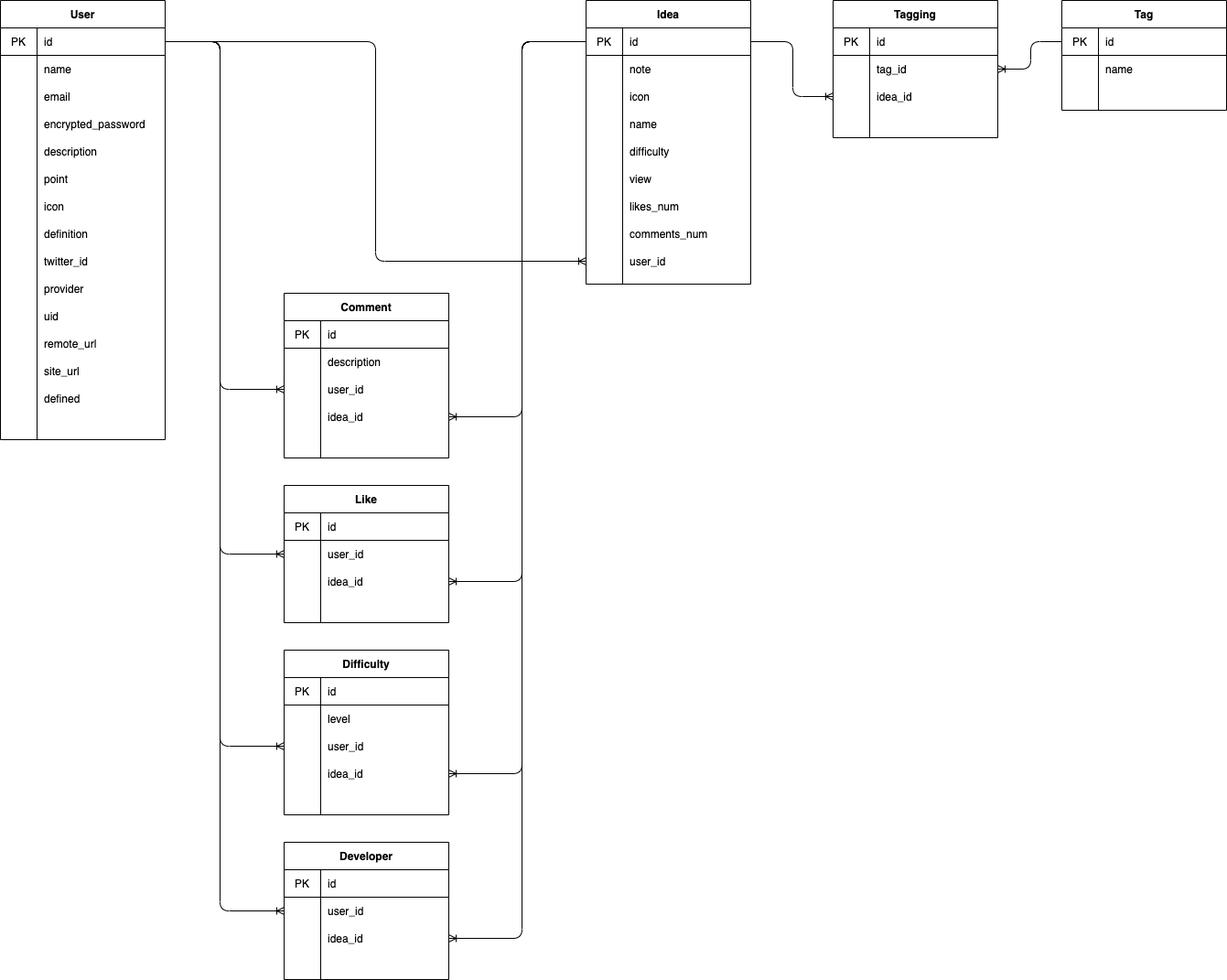
Earlier version of the draw.io export er.drawio.png (OpenMi-co-jp/ideee). Source tidied: cells renumbered, new cells last; positions are measured from the earlier drawing's top-left corner, leaving out a move shared by most shapes.
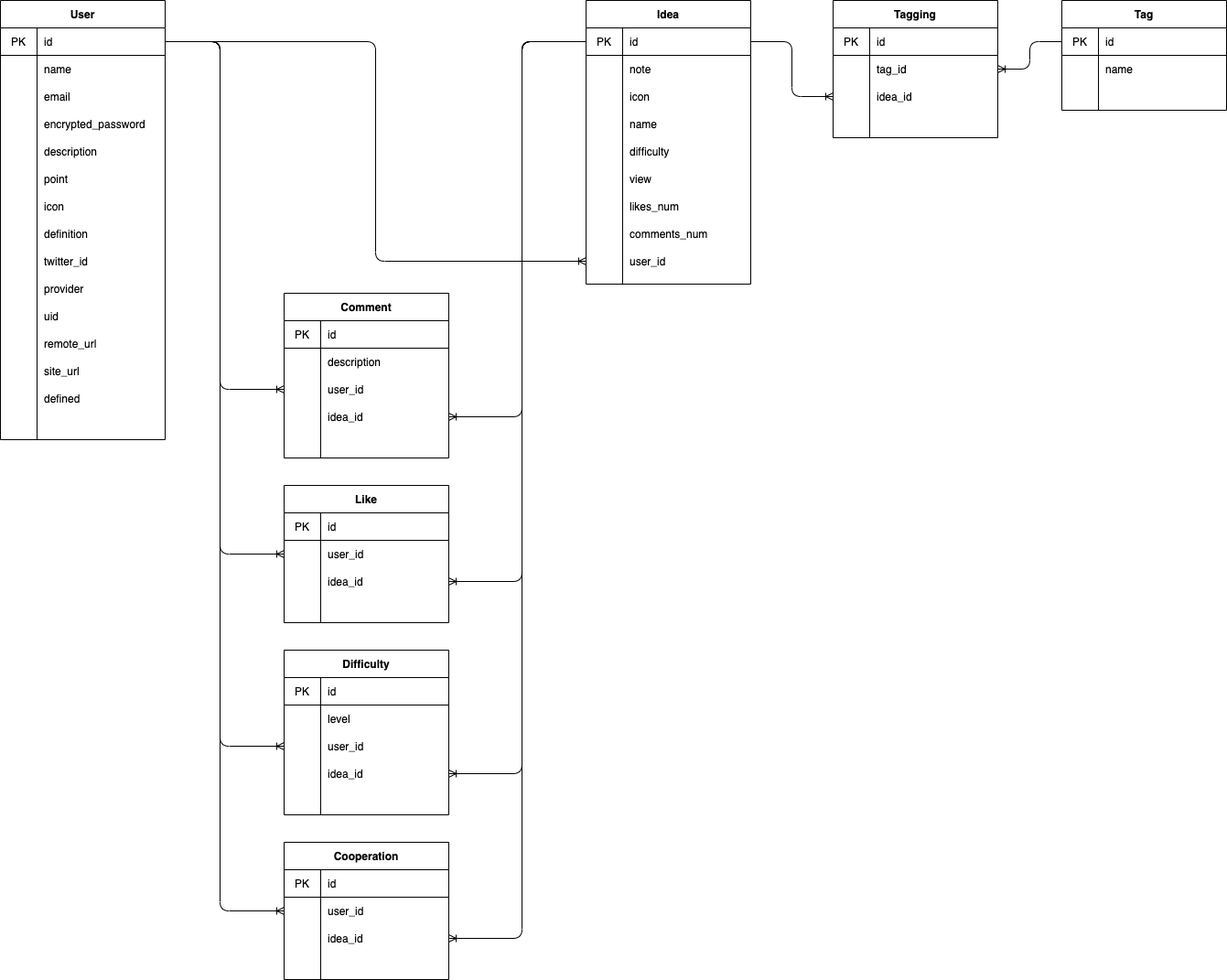
The same file after the commit.

What changed in the source:
```diff
@@ -426,7 +426,7 @@
     <mxCell id="134" style="endArrow=ERoneToMany;html=1;exitX=0;exitY=0.5;exitDx=0;exitDy=0;entryX=1;entryY=0.5;entryDx=0;entryDy=0;edgeStyle=elbowEdgeStyle;endFill=0;" parent="1" edge="1" source="128" target="120">
       <mxGeometry relative="1" as="geometry" />
     </mxCell>
-    <mxCell id="135" value="Developer" style="shape=table;startSize=30;rowLines=0;fontStyle=1;align=center;" parent="1" vertex="1">
+    <mxCell id="135" value="Cooperation" style="shape=table;startSize=30;rowLines=0;fontStyle=1;align=center;" parent="1" vertex="1">
       <mxGeometry x="310" y="920" width="180" height="150" as="geometry" />
     </mxCell>
     <mxCell id="136" style="shape=partialRectangle;html=1;whiteSpace=wrap;fillColor=none;top=0;left=0;bottom=1;right=0;" parent="135" vertex="1">
```
